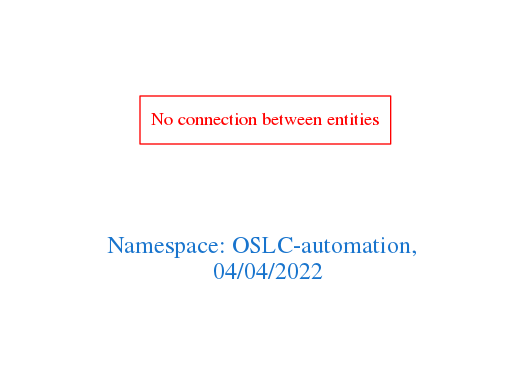
arago/OGIT keeps this Graphviz diagram as downloads/OSLC-automation.png. Above is the earlier version. Its source is kept beside it as downloads/OSLC-automation.dot.
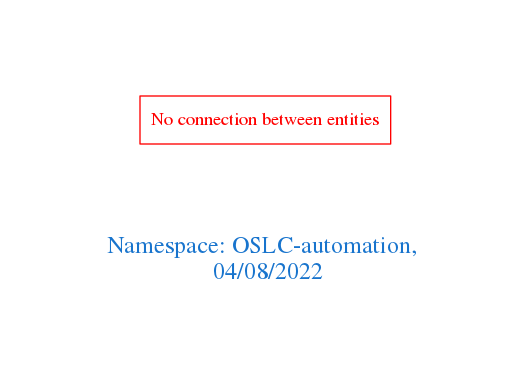
After the commit.

Diff of the diagram source:
```diff
@@ -1,7 +1,7 @@
 digraph OGIT_ontology {
  graph [ rankdir= LR,pad=1
 fontsize = 18,
-fontcolor= dodgerblue3,label = "\n\n\nNamespace: OSLC-automation, \n 04/04/2022"];
+fontcolor= dodgerblue3,label = "\n\n\nNamespace: OSLC-automation, \n 04/08/2022"];
 node[shape=polygon];
 edge [  color="gray81"];
 
```
